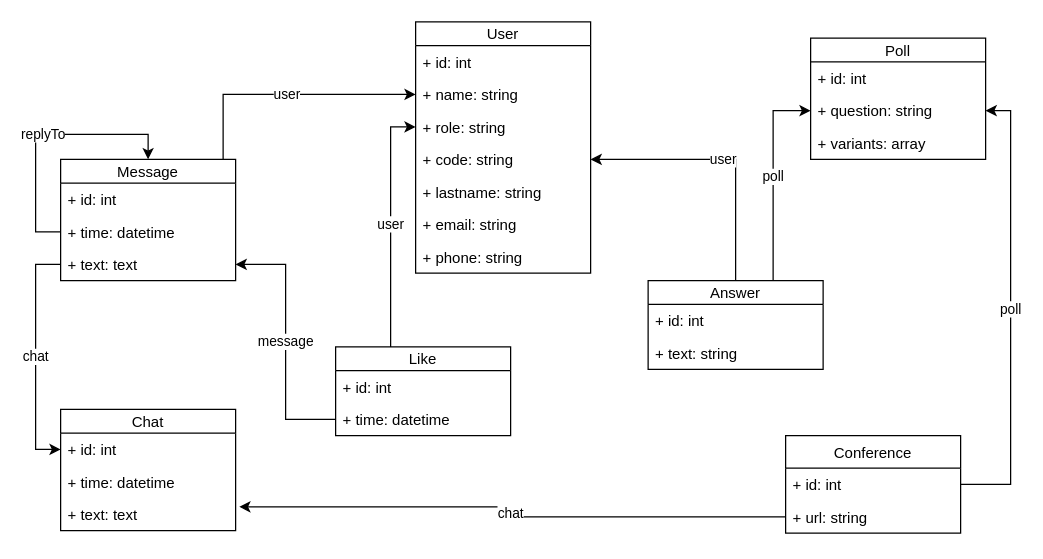
Before: projectStructure.drawio in shadow-warlock/gazprombank-conference, a draw.io diagram. Source tidied: cells renumbered, new cells numbered last; positions are measured from the earlier drawing's top-left corner, leaving out a move shared by most shapes. Both pictures are drawn from the tidied source at 125%, with x=0, y=0 at pixel (35, 21).
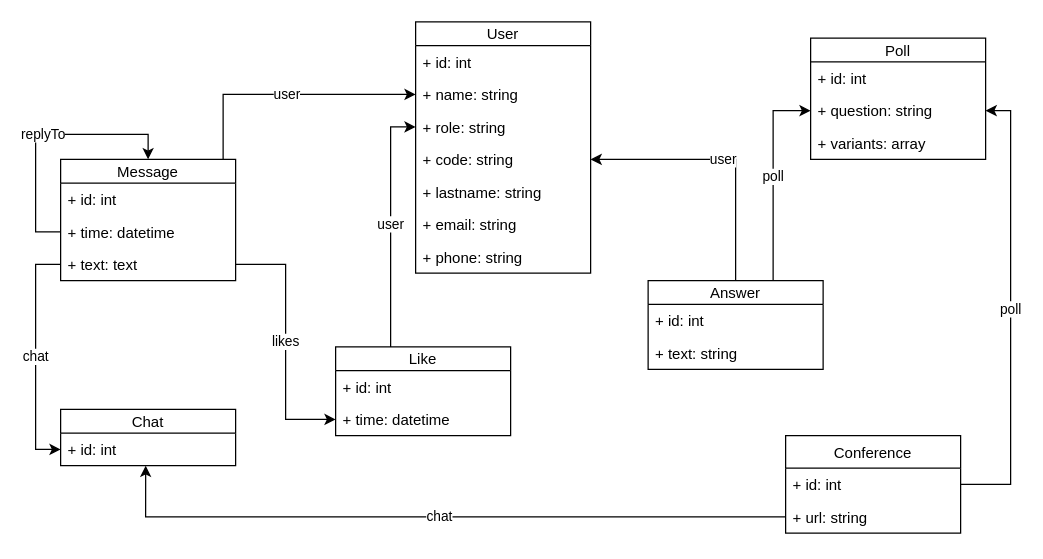
The same page after the edit.

Unchanged cells that the change refers to:
```xml
<mxCell id="7" value="+ text: text" style="text;strokeColor=none;fillColor=none;align=left;verticalAlign=top;spacingLeft=4;spacingRight=4;overflow=hidden;points=[[0,0.5],[1,0.5]];portConstraint=eastwest;" parent="3" vertex="1">
  <mxGeometry y="71" width="140" height="26" as="geometry" />
</mxCell>
<mxCell id="20" value="+ time: datetime" style="text;strokeColor=none;fillColor=none;align=left;verticalAlign=top;spacingLeft=4;spacingRight=4;overflow=hidden;points=[[0,0.5],[1,0.5]];portConstraint=eastwest;" parent="18" vertex="1">
  <mxGeometry y="45" width="140" height="26" as="geometry" />
</mxCell>
<mxCell id="33" value="+ url: string" style="text;strokeColor=none;fillColor=none;align=left;verticalAlign=top;spacingLeft=4;spacingRight=4;overflow=hidden;points=[[0,0.5],[1,0.5]];portConstraint=eastwest;" parent="31" vertex="1">
  <mxGeometry y="52" width="140" height="26" as="geometry" />
</mxCell>
<mxCell id="35" value="+ id: int" style="text;strokeColor=none;fillColor=none;align=left;verticalAlign=top;spacingLeft=4;spacingRight=4;overflow=hidden;points=[[0,0.5],[1,0.5]];portConstraint=eastwest;" parent="34" vertex="1">
  <mxGeometry y="19" width="140" height="26" as="geometry" />
</mxCell>
```

What changed in the source:
```diff
@@
-    <mxCell id="9" value="message" style="edgeStyle=orthogonalEdgeStyle;rounded=0;jettySize=auto;html=1;" parent="1" edge="1" source="20" target="7">
+    <mxCell id="9" value="likes" style="edgeStyle=orthogonalEdgeStyle;rounded=0;jettySize=auto;html=1;endArrow=none;endFill=0;startArrow=classic;startFill=1;" parent="1" edge="1" source="20" target="7">
       <mxGeometry relative="1" as="geometry" />
     </mxCell>
@@
     <mxCell id="34" value="Chat" style="swimlane;fontStyle=0;horizontal=1;startSize=19;fillColor=none;" parent="1" vertex="1">
-      <mxGeometry x="20" y="310" width="140" height="97" as="geometry" />
+      <mxGeometry x="20" y="310" width="140" height="45" as="geometry" />
     </mxCell>
@@
-    <mxCell id="36" value="+ time: datetime" style="text;strokeColor=none;fillColor=none;align=left;verticalAlign=top;spacingLeft=4;spacingRight=4;overflow=hidden;" parent="34" vertex="1">
-      <mxGeometry y="45" width="140" height="26" as="geometry" />
-    </mxCell>
-    <mxCell id="37" value="+ text: text" style="text;strokeColor=none;fillColor=none;align=left;verticalAlign=top;spacingLeft=4;spacingRight=4;overflow=hidden;points=[[0,0.5],[1,0.5]];portConstraint=eastwest;" parent="34" vertex="1">
-      <mxGeometry y="71" width="140" height="26" as="geometry" />
-    </mxCell>
@@
-    <mxCell id="39" value="chat" style="edgeStyle=orthogonalEdgeStyle;rounded=0;jettySize=auto;html=1;exitX=0;exitY=0.5;exitDx=0;exitDy=0;entryX=1.021;entryY=0.269;entryDx=0;entryDy=0;entryPerimeter=0;" parent="1" edge="1" source="33" target="37">
+    <mxCell id="39" value="chat" style="edgeStyle=orthogonalEdgeStyle;rounded=0;jettySize=auto;html=1;exitX=0;exitY=0.5;exitDx=0;exitDy=0;entryX=0.486;entryY=1;entryDx=0;entryDy=0;entryPerimeter=0;" parent="1" edge="1" source="33" target="35">
       <mxGeometry relative="1" as="geometry" />
     </mxCell>
```
